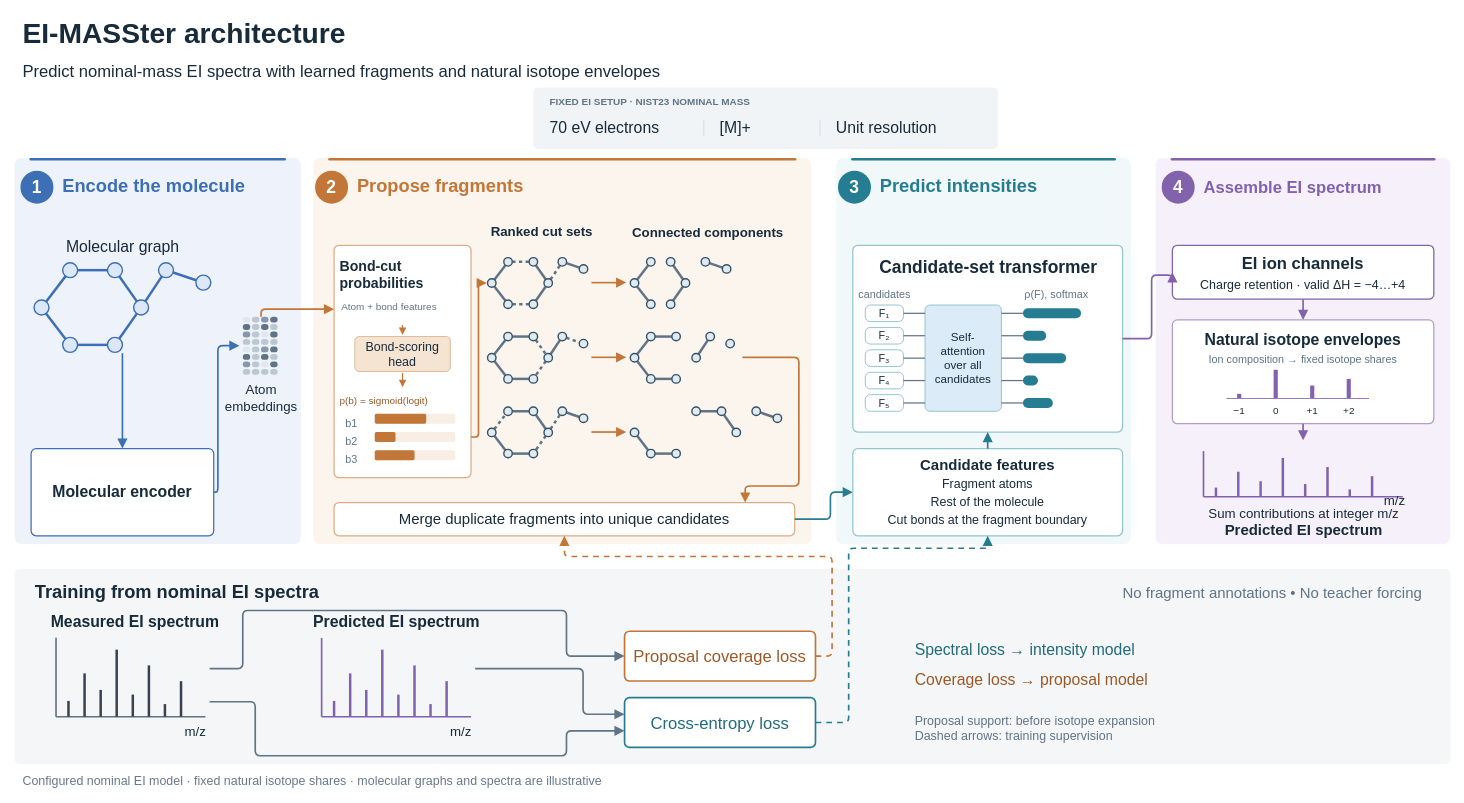
The draw.io diagram page "EI-MASSter architecture" (3 of 3) of docs/figures/masster_figures.drawio in LZhang98/fragnnet, before the edit. Source tidied: cells renumbered, new cells numbered last; positions are measured from the earlier drawing's top-left corner, leaving out a move shared by most shapes. Both pictures are drawn from the tidied source at 83%, with x=0, y=0 at pixel (14, 14).
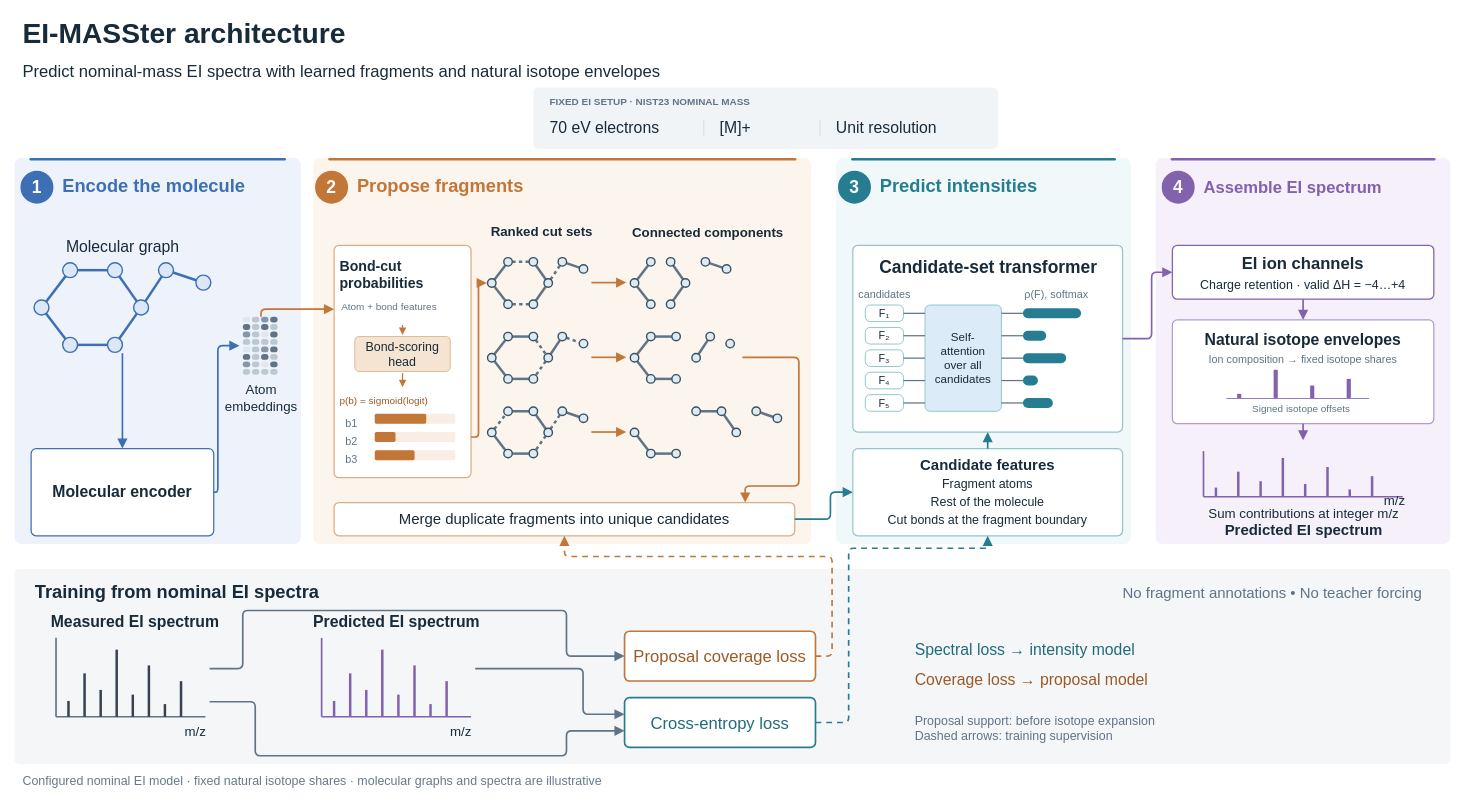
Above is the later version.

The change refers to these unchanged cells:
```xml
<mxCell id="73" style="rounded=1;absoluteArcSize=1;arcSize=12;whiteSpace=wrap;html=1;fillColor=#FFFFFF;strokeColor=#94C5CF;strokeWidth=1.5;fontFamily=Arial;fontSize=16;fontStyle=0;fontColor=#172B3A;verticalAlign=top;" parent="1" vertex="1">
  <mxGeometry x="1010" y="278" width="325" height="225" as="geometry" />
</mxCell>
<mxCell id="78" value="EI ion channels&lt;br&gt;&lt;font style=&quot;font-size:15px&quot;&gt;&lt;span style=&quot;font-weight:normal&quot;&gt;Charge retention · valid ΔH = −4…+4&lt;/span&gt;&lt;/font&gt;" style="rounded=1;absoluteArcSize=1;arcSize=12;whiteSpace=wrap;html=1;fillColor=#FFFFFF;strokeWidth=1.5;fontFamily=Arial;fontStyle=1;fontColor=#172B3A;strokeColor=#8261AD;fontSize=20;" parent="1" vertex="1">
  <mxGeometry x="1395" y="278" width="315" height="65" as="geometry" />
</mxCell>
<mxCell id="284" style="html=1;fontFamily=Arial;fontColor=#172B3A;whiteSpace=wrap;rounded=1;absoluteArcSize=1;arcSize=12;fillColor=#FFFFFF;strokeColor=#B49CCC;strokeWidth=1.5;" parent="1" vertex="1">
  <mxGeometry x="1395" y="368" width="315" height="125" as="geometry" />
</mxCell>
```

What changed in the source:
```diff
@@
     <mxCell id="79" style="edgeStyle=orthogonalEdgeStyle;rounded=1;arcSize=12;html=1;strokeWidth=2;endArrow=block;endFill=1;endSize=7;startArrow=none;exitX=1;exitY=0.5;exitDx=0;exitDy=0;exitPerimeter=0;entryX=0;entryY=0.5;entryDx=0;entryDy=0;entryPerimeter=0;strokeColor=#8261AD;" parent="1" edge="1" source="73" target="78">
       <mxGeometry relative="1" as="geometry">
         <Array as="points">
           <mxPoint x="1370" y="390.5" />
-          <mxPoint x="1370" y="314" />
+          <mxPoint x="1370" y="310.5" />
         </Array>
       </mxGeometry>
     </mxCell>
@@
-    <mxCell id="288" value="−1" style="html=1;fontFamily=Arial;fontColor=#172B3A;whiteSpace=wrap;text;align=center;fontSize=12;" parent="284" vertex="1">
-      <mxGeometry x="67" y="96" width="28" height="18" as="geometry" />
-    </mxCell>
@@
-    <mxCell id="290" value="0" style="html=1;fontFamily=Arial;fontColor=#172B3A;whiteSpace=wrap;text;align=center;fontSize=12;" parent="284" vertex="1">
-      <mxGeometry x="111" y="96" width="28" height="18" as="geometry" />
-    </mxCell>
@@
-    <mxCell id="292" value="+1" style="html=1;fontFamily=Arial;fontColor=#172B3A;whiteSpace=wrap;text;align=center;fontSize=12;" parent="284" vertex="1">
-      <mxGeometry x="155" y="96" width="28" height="18" as="geometry" />
-    </mxCell>
@@
-    <mxCell id="294" value="+2" style="html=1;fontFamily=Arial;fontColor=#172B3A;whiteSpace=wrap;text;align=center;fontSize=12;" parent="284" vertex="1">
-      <mxGeometry x="199" y="96" width="28" height="18" as="geometry" />
-    </mxCell>
@@
+    <mxCell id="297" value="Signed isotope offsets" style="text;html=1;fontFamily=Arial;fontSize=12;fontColor=#607486;align=center;verticalAlign=middle;spacing=0;" parent="284" vertex="1">
+      <mxGeometry x="60" y="98" width="190" height="18" as="geometry" />
+    </mxCell>
```
